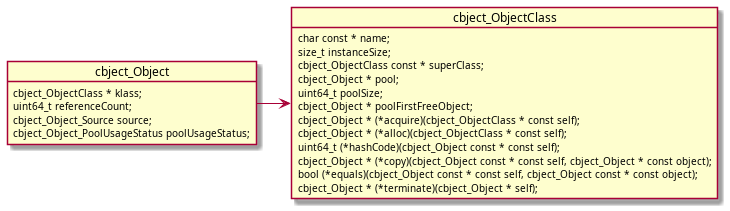
alexmarincu/Cbject keeps this PlantUML diagram as docs/media/diag-building-blocks.png. Above is the earlier version.
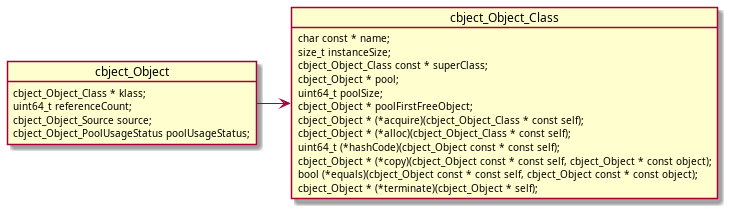
The same diagram one commit later.

Change to the diagram source:
```diff
@@ -1,23 +1,23 @@
 @startuml
 object cbject_Object {
-    cbject_ObjectClass * klass;
+    cbject_Object_Class * klass;
     uint64_t referenceCount;
     cbject_Object_Source source;
     cbject_Object_PoolUsageStatus poolUsageStatus;
 }
-object cbject_ObjectClass {
+object cbject_Object_Class {
     char const * name;
     size_t instanceSize;
-    cbject_ObjectClass const * superClass;
+    cbject_Object_Class const * superClass;
     cbject_Object * pool;
     uint64_t poolSize;
     cbject_Object * poolFirstFreeObject;
-    cbject_Object * (*acquire)(cbject_ObjectClass * const self);
-    cbject_Object * (*alloc)(cbject_ObjectClass * const self);
+    cbject_Object * (*acquire)(cbject_Object_Class * const self);
+    cbject_Object * (*alloc)(cbject_Object_Class * const self);
     uint64_t (*hashCode)(cbject_Object const * const self);
     cbject_Object * (*copy)(cbject_Object const * const self, cbject_Object * const object);
     bool (*equals)(cbject_Object const * const self, cbject_Object const * const object);
     cbject_Object * (*terminate)(cbject_Object * self);
 }
-cbject_Object -r-> cbject_ObjectClass
+cbject_Object -r-> cbject_Object_Class
 @enduml
```
